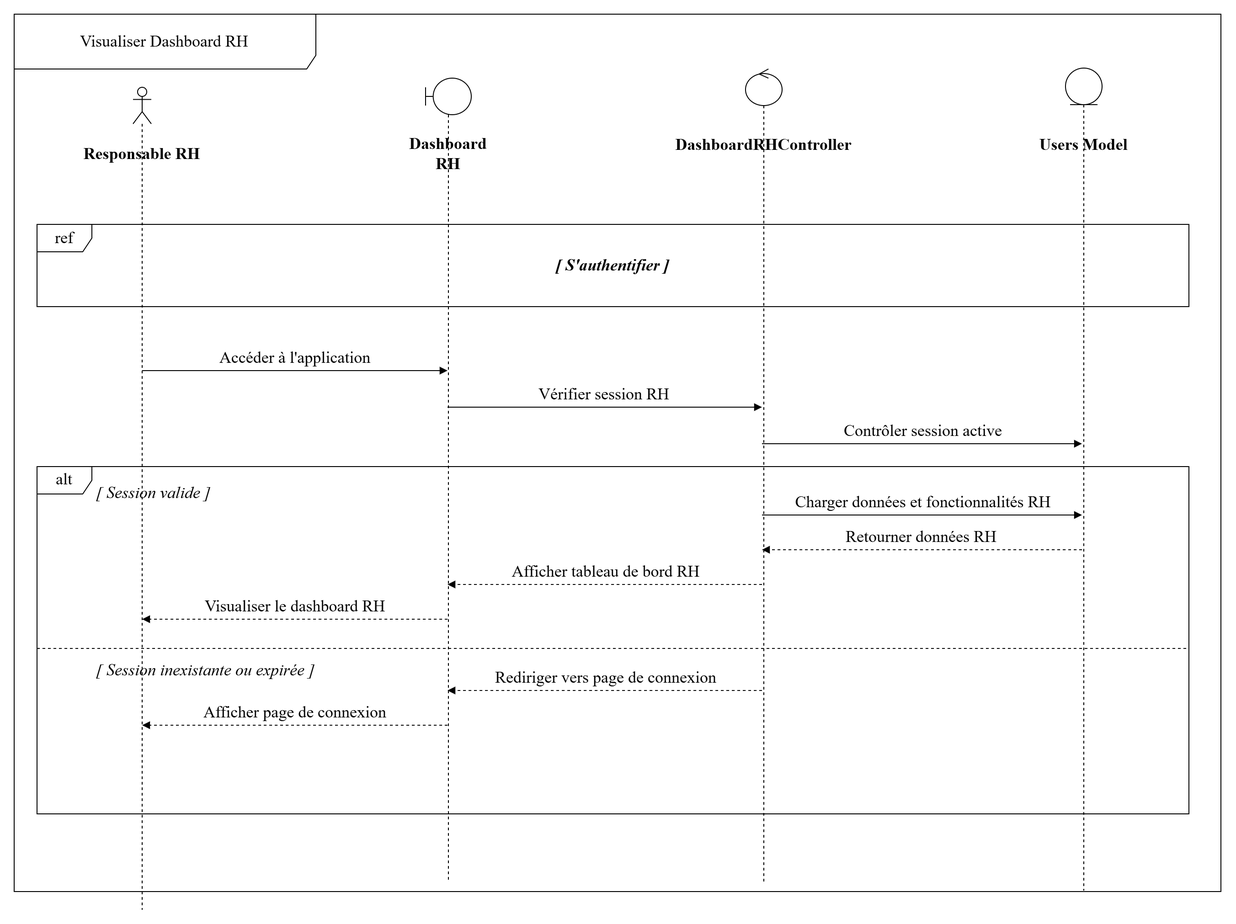
This is projet/images/sequence s4/bash rh.drawio.png from louu7895/pfe, a draw.io export, as it was before one commit. Source tidied: cells renumbered, new cells last; positions are measured from the earlier drawing's top-left corner, leaving out a move shared by most shapes.
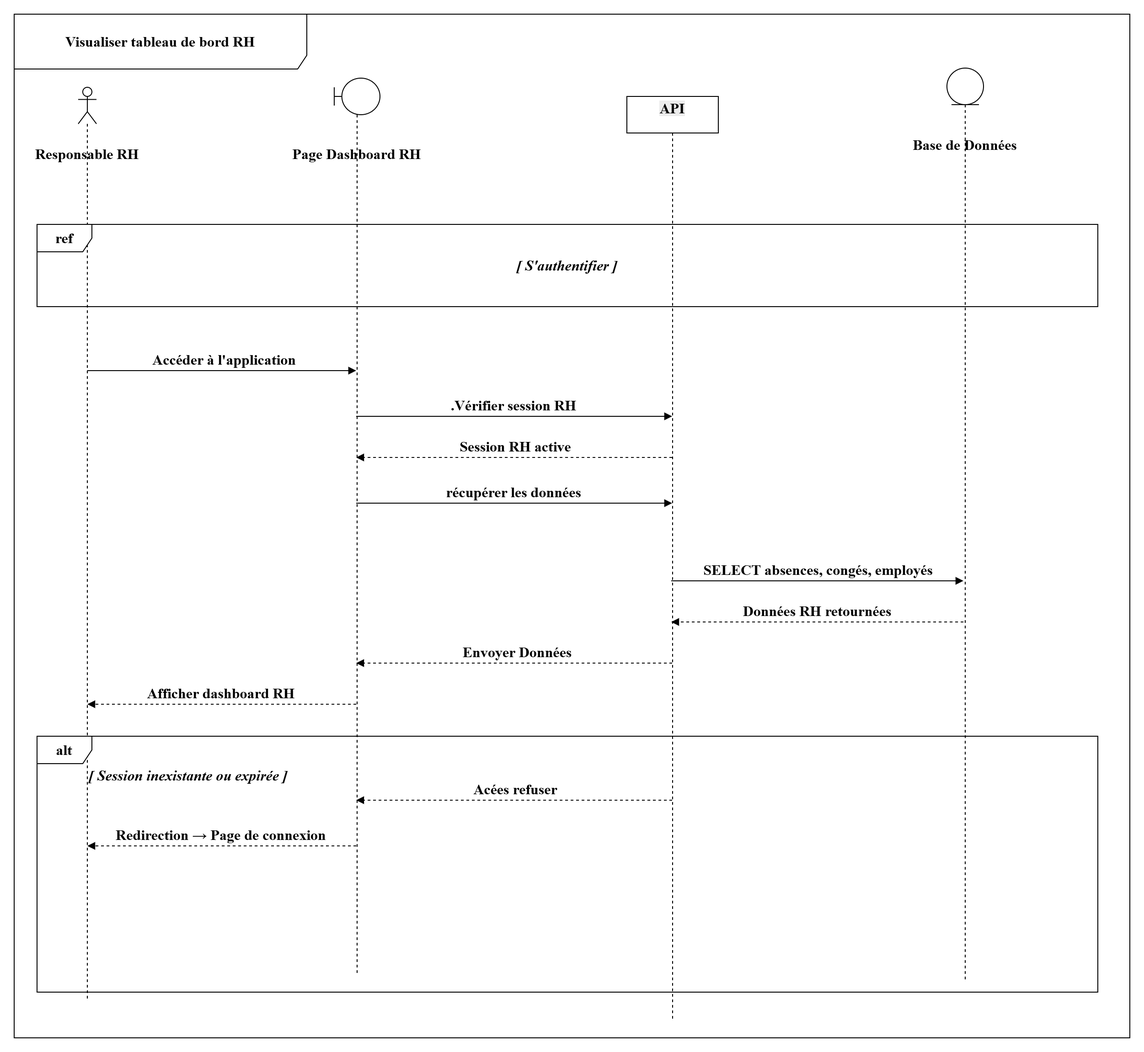
Above is the later version.

Diff of the diagram source:
```diff
@@ -2,104 +2,101 @@
   <root>
     <mxCell id="0" />
     <mxCell id="1" parent="0" />
-    <mxCell id="2" style="shape=umlLifeline;perimeter=lifelinePerimeter;whiteSpace=wrap;html=1;newEdgeStyle={&quot;curved&quot;:0,&quot;rounded&quot;:0};participant=umlActor;fontSize=18;fontFamily=Times New Roman;" parent="1" vertex="1">
-      <mxGeometry x="130" y="80" width="20" height="900" as="geometry" />
+    <mxCell id="2" style="shape=umlLifeline;perimeter=lifelinePerimeter;whiteSpace=wrap;html=1;participant=umlActor;fontSize=16;fontFamily=Times New Roman;fontStyle=1;" parent="1" vertex="1">
+      <mxGeometry x="50" y="80" width="20" height="1000" as="geometry" />
     </mxCell>
-    <mxCell id="3" style="shape=umlLifeline;perimeter=lifelinePerimeter;whiteSpace=wrap;html=1;newEdgeStyle={&quot;curved&quot;:0,&quot;rounded&quot;:0};participant=umlBoundary;fontSize=18;fontFamily=Times New Roman;" parent="1" vertex="1">
-      <mxGeometry x="450" y="70" width="50" height="880" as="geometry" />
+    <mxCell id="3" style="shape=umlLifeline;perimeter=lifelinePerimeter;whiteSpace=wrap;html=1;participant=umlBoundary;fontSize=16;fontFamily=Times New Roman;fontStyle=1;" parent="1" vertex="1">
+      <mxGeometry x="330" y="70" width="50" height="980" as="geometry" />
     </mxCell>
-    <mxCell id="4" style="shape=umlLifeline;perimeter=lifelinePerimeter;whiteSpace=wrap;html=1;newEdgeStyle={&quot;curved&quot;:0,&quot;rounded&quot;:0};participant=umlControl;fontSize=18;fontFamily=Times New Roman;" parent="1" vertex="1">
-      <mxGeometry x="800" y="60" width="40" height="890" as="geometry" />
-    </mxCell>
-    <mxCell id="5" style="shape=umlLifeline;perimeter=lifelinePerimeter;whiteSpace=wrap;html=1;newEdgeStyle={&quot;curved&quot;:0,&quot;rounded&quot;:0};participant=umlEntity;fontSize=18;fontFamily=Times New Roman;" parent="1" vertex="1">
-      <mxGeometry x="1150" y="59" width="40" height="900" as="geometry" />
-    </mxCell>
+    <mxCell id="26" style="shape=umlLifeline;perimeter=lifelinePerimeter;whiteSpace=wrap;html=1;participant=umlEntity;fontSize=16;fontFamily=Times New Roman;fontStyle=1;" parent="1" vertex="1">
+      <mxGeometry x="1000" y="59" width="40" height="1000" as="geometry" />
+    </mxCell>
-    <mxCell id="6" value="Responsable RH" style="text;html=1;whiteSpace=wrap;strokeColor=none;fillColor=none;align=center;verticalAlign=middle;rounded=0;fontSize=18;fontStyle=1;fontFamily=Times New Roman;" parent="1" vertex="1">
-      <mxGeometry x="60" y="140" width="160" height="25" as="geometry" />
+    <mxCell id="6" value="Responsable RH" style="text;html=1;whiteSpace=wrap;strokeColor=none;fillColor=none;align=center;verticalAlign=middle;rounded=0;fontSize=16;fontStyle=1;fontFamily=Times New Roman;" parent="1" vertex="1">
+      <mxGeometry x="-20" y="140" width="160" height="25" as="geometry" />
     </mxCell>
-    <mxCell id="7" value="Dashboard&lt;div&gt;RH&lt;/div&gt;" style="text;html=1;whiteSpace=wrap;strokeColor=none;fillColor=none;align=center;verticalAlign=middle;rounded=0;fontSize=18;fontStyle=1;fontFamily=Times New Roman;" parent="1" vertex="1">
-      <mxGeometry x="375" y="140" width="200" height="25" as="geometry" />
+    <mxCell id="7" value="Page Dashboard RH" style="text;html=1;whiteSpace=wrap;strokeColor=none;fillColor=none;align=center;verticalAlign=middle;rounded=0;fontSize=16;fontStyle=1;fontFamily=Times New Roman;" parent="1" vertex="1">
+      <mxGeometry x="235" y="140" width="240" height="25" as="geometry" />
     </mxCell>
-    <mxCell id="8" value="DashboardRHController" style="text;html=1;whiteSpace=wrap;strokeColor=none;fillColor=none;align=center;verticalAlign=middle;rounded=0;fontSize=18;fontStyle=1;fontFamily=Times New Roman;" parent="1" vertex="1">
-      <mxGeometry x="720" y="130" width="200" height="25" as="geometry" />
-    </mxCell>
-    <mxCell id="9" value="Users Model" style="text;html=1;whiteSpace=wrap;strokeColor=none;fillColor=none;align=center;verticalAlign=middle;rounded=0;fontSize=18;fontStyle=1;fontFamily=Times New Roman;" parent="1" vertex="1">
-      <mxGeometry x="1090" y="130" width="160" height="25" as="geometry" />
-    </mxCell>
+    <mxCell id="27" value="Base de Données" style="text;html=1;whiteSpace=wrap;strokeColor=none;fillColor=none;align=center;verticalAlign=middle;rounded=0;fontSize=16;fontStyle=1;fontFamily=Times New Roman;" parent="1" vertex="1">
+      <mxGeometry x="935" y="130" width="170" height="25" as="geometry" />
+    </mxCell>
-    <mxCell id="10" value="Visualiser Dashboard RH" style="shape=umlFrame;whiteSpace=wrap;html=1;width=330;height=60;fontSize=18;fontFamily=Times New Roman;" parent="1" vertex="1">
-      <mxGeometry width="1320" height="960" as="geometry" />
+    <mxCell id="10" value="Visualiser tableau de bord RH" style="shape=umlFrame;whiteSpace=wrap;html=1;width=320;height=60;fontSize=16;fontFamily=Times New Roman;fontStyle=1;" parent="1" vertex="1">
+      <mxGeometry x="-20" width="1220" height="1120" as="geometry" />
     </mxCell>
-    <mxCell id="11" value="ref" style="shape=umlFrame;whiteSpace=wrap;html=1;fontSize=18;fontFamily=Times New Roman;" parent="1" vertex="1">
-      <mxGeometry x="25" y="230" width="1260" height="90" as="geometry" />
+    <mxCell id="11" value="ref" style="shape=umlFrame;whiteSpace=wrap;html=1;fontSize=16;fontFamily=Times New Roman;fontStyle=1;" parent="1" vertex="1">
+      <mxGeometry x="5" y="230" width="1160" height="90" as="geometry" />
     </mxCell>
-    <mxCell id="12" value="[ S'authentifier ]" style="text;html=1;whiteSpace=wrap;strokeColor=none;fillColor=none;align=center;verticalAlign=middle;rounded=0;fontSize=18;fontStyle=3;fontFamily=Times New Roman;" parent="1" vertex="1">
-      <mxGeometry x="555" y="260" width="200" height="30" as="geometry" />
+    <mxCell id="12" value="[ S'authentifier ]" style="text;html=1;whiteSpace=wrap;strokeColor=none;fillColor=none;align=center;verticalAlign=middle;rounded=0;fontSize=16;fontStyle=3;fontFamily=Times New Roman;" parent="1" vertex="1">
+      <mxGeometry x="485" y="260" width="200" height="30" as="geometry" />
     </mxCell>
-    <mxCell id="13" value="Accéder à l'application" style="html=1;verticalAlign=bottom;endArrow=block;curved=0;rounded=0;fontSize=18;fontFamily=Times New Roman;" parent="1" edge="1">
+    <mxCell id="13" value="&amp;nbsp;Accéder à l'application" style="html=1;verticalAlign=bottom;endArrow=block;curved=0;rounded=0;fontSize=16;fontFamily=Times New Roman;fontStyle=1;" parent="1" edge="1">
       <mxGeometry relative="1" as="geometry">
-        <mxPoint x="140" y="390" as="sourcePoint" />
-        <mxPoint x="474" y="390" as="targetPoint" />
+        <mxPoint x="60" y="390" as="sourcePoint" />
+        <mxPoint x="354" y="390" as="targetPoint" />
       </mxGeometry>
     </mxCell>
-    <mxCell id="14" value="Vérifier session RH" style="html=1;verticalAlign=bottom;endArrow=block;curved=0;rounded=0;fontSize=18;fontFamily=Times New Roman;" parent="1" edge="1">
+    <mxCell id="14" value=".Vérifier session RH" style="html=1;verticalAlign=bottom;endArrow=block;curved=0;rounded=0;fontSize=16;fontFamily=Times New Roman;fontStyle=1;" parent="1" edge="1">
       <mxGeometry relative="1" as="geometry">
-        <mxPoint x="474" y="430" as="sourcePoint" />
-        <mxPoint x="818" y="430" as="targetPoint" />
+        <mxPoint x="354" y="440" as="sourcePoint" />
+        <mxPoint x="699.5" y="440" as="targetPoint" />
       </mxGeometry>
     </mxCell>
-    <mxCell id="15" value="Contrôler session active" style="html=1;verticalAlign=bottom;endArrow=block;curved=0;rounded=0;fontSize=18;fontFamily=Times New Roman;" parent="1" edge="1">
+    <mxCell id="15" value="Session RH active" style="html=1;verticalAlign=bottom;endArrow=block;curved=1;rounded=0;dashed=1;fontSize=16;fontFamily=Times New Roman;fontStyle=1;" parent="1" edge="1">
       <mxGeometry relative="1" as="geometry">
-        <mxPoint x="818" y="470" as="sourcePoint" />
-        <mxPoint x="1168" y="470" as="targetPoint" />
+        <mxPoint x="699.5" y="485" as="sourcePoint" />
+        <mxPoint x="354" y="485" as="targetPoint" />
       </mxGeometry>
     </mxCell>
-    <mxCell id="16" value="alt" style="shape=umlFrame;whiteSpace=wrap;html=1;fontSize=18;fontFamily=Times New Roman;" parent="1" vertex="1">
-      <mxGeometry x="25" y="495" width="1260" height="380" as="geometry" />
-    </mxCell>
-    <mxCell id="17" value="[ Session valide ]" style="text;html=1;whiteSpace=wrap;strokeColor=none;fillColor=none;align=left;verticalAlign=middle;rounded=0;fontSize=18;fontStyle=2;fontFamily=Times New Roman;" parent="1" vertex="1">
-      <mxGeometry x="88" y="511" width="200" height="25" as="geometry" />
-    </mxCell>
-    <mxCell id="18" value="Charger données et fonctionnalités RH" style="html=1;verticalAlign=bottom;endArrow=block;curved=0;rounded=0;fontSize=18;fontFamily=Times New Roman;" parent="1" edge="1">
+    <mxCell id="18" value="récupérer&amp;nbsp;les données" style="html=1;verticalAlign=bottom;endArrow=block;curved=0;rounded=0;fontSize=16;fontFamily=Times New Roman;fontStyle=1;" parent="1" edge="1">
       <mxGeometry relative="1" as="geometry">
-        <mxPoint x="818" y="548" as="sourcePoint" />
-        <mxPoint x="1168" y="548" as="targetPoint" />
+        <mxPoint x="354" y="535" as="sourcePoint" />
+        <mxPoint x="699.5" y="535" as="targetPoint" />
       </mxGeometry>
     </mxCell>
-    <mxCell id="19" value="Retourner données RH" style="html=1;verticalAlign=bottom;endArrow=block;curved=1;rounded=0;dashed=1;fontSize=18;fontFamily=Times New Roman;" parent="1" edge="1">
-      <mxGeometry relative="1" as="geometry">
-        <mxPoint x="1168" y="586" as="sourcePoint" />
-        <mxPoint x="818" y="586" as="targetPoint" />
-      </mxGeometry>
-    </mxCell>
-    <mxCell id="20" value="Afficher tableau de bord RH" style="html=1;verticalAlign=bottom;endArrow=block;curved=1;rounded=0;dashed=1;fontSize=18;fontFamily=Times New Roman;" parent="1" edge="1">
+    <mxCell id="20" value="SELECT absences, congés, employés" style="html=1;verticalAlign=bottom;endArrow=block;curved=0;rounded=0;fontSize=16;fontFamily=Times New Roman;fontStyle=1;" parent="1" edge="1">
       <mxGeometry relative="1" as="geometry">
-        <mxPoint x="818" y="624" as="sourcePoint" />
-        <mxPoint x="474" y="624" as="targetPoint" />
+        <mxPoint x="698.5" y="620" as="sourcePoint" />
+        <mxPoint x="1018" y="620" as="targetPoint" />
       </mxGeometry>
     </mxCell>
-    <mxCell id="21" value="Visualiser le dashboard RH" style="html=1;verticalAlign=bottom;endArrow=block;curved=1;rounded=0;dashed=1;fontSize=18;fontFamily=Times New Roman;" parent="1" edge="1">
+    <mxCell id="21" value="Données RH retournées" style="html=1;verticalAlign=bottom;endArrow=block;curved=1;rounded=0;dashed=1;fontSize=16;fontFamily=Times New Roman;fontStyle=1;" parent="1" edge="1">
       <mxGeometry relative="1" as="geometry">
-        <mxPoint x="474" y="662" as="sourcePoint" />
-        <mxPoint x="140" y="662" as="targetPoint" />
+        <mxPoint x="1018" y="665" as="sourcePoint" />
+        <mxPoint x="698.5" y="665" as="targetPoint" />
       </mxGeometry>
     </mxCell>
-    <mxCell id="22" style="line;strokeWidth=1;fillColor=none;align=left;verticalAlign=middle;spacingTop=-1;spacingLeft=3;spacingRight=3;labelPosition=right;strokeColor=inherit;dashed=1;fontSize=18;fontFamily=Times New Roman;" parent="1" vertex="1">
-      <mxGeometry x="25" y="690" width="1260" height="8" as="geometry" />
-    </mxCell>
-    <mxCell id="23" value="[ Session inexistante ou expirée ]" style="text;html=1;whiteSpace=wrap;strokeColor=none;fillColor=none;align=left;verticalAlign=middle;rounded=0;fontSize=18;fontStyle=2;fontFamily=Times New Roman;" parent="1" vertex="1">
-      <mxGeometry x="88" y="705" width="280" height="25" as="geometry" />
-    </mxCell>
-    <mxCell id="24" value="Rediriger vers page de connexion" style="html=1;verticalAlign=bottom;endArrow=block;curved=1;rounded=0;dashed=1;fontSize=18;fontFamily=Times New Roman;" parent="1" edge="1">
+    <mxCell id="24" value="&amp;nbsp;Envoyer Données" style="html=1;verticalAlign=bottom;endArrow=block;curved=1;rounded=0;dashed=1;fontSize=16;fontFamily=Times New Roman;fontStyle=1;" parent="1" edge="1">
       <mxGeometry relative="1" as="geometry">
-        <mxPoint x="818" y="740" as="sourcePoint" />
-        <mxPoint x="474" y="740" as="targetPoint" />
+        <mxPoint x="699.5" y="710" as="sourcePoint" />
+        <mxPoint x="354" y="710" as="targetPoint" />
       </mxGeometry>
     </mxCell>
-    <mxCell id="25" value="Afficher page de connexion" style="html=1;verticalAlign=bottom;endArrow=block;curved=1;rounded=0;dashed=1;fontSize=18;fontFamily=Times New Roman;" parent="1" edge="1">
+    <mxCell id="25" value="Afficher dashboard RH" style="html=1;verticalAlign=bottom;endArrow=block;curved=1;rounded=0;dashed=1;fontSize=16;fontFamily=Times New Roman;fontStyle=1;" parent="1" edge="1">
       <mxGeometry relative="1" as="geometry">
-        <mxPoint x="474" y="778" as="sourcePoint" />
-        <mxPoint x="140" y="778" as="targetPoint" />
+        <mxPoint x="354" y="755" as="sourcePoint" />
+        <mxPoint x="60" y="755" as="targetPoint" />
       </mxGeometry>
     </mxCell>
+    <mxCell id="16" value="alt" style="shape=umlFrame;whiteSpace=wrap;html=1;fontSize=16;fontFamily=Times New Roman;fontStyle=1;" parent="1" vertex="1">
+      <mxGeometry x="5" y="790" width="1160" height="280" as="geometry" />
+    </mxCell>
+    <mxCell id="23" value="[ Session inexistante ou expirée ]" style="text;html=1;whiteSpace=wrap;strokeColor=none;fillColor=none;align=left;verticalAlign=middle;rounded=0;fontSize=16;fontStyle=3;fontFamily=Times New Roman;" parent="1" vertex="1">
+      <mxGeometry x="60" y="820" width="300" height="25" as="geometry" />
+    </mxCell>
+    <mxCell id="28" value="Acées refuser" style="html=1;verticalAlign=bottom;endArrow=block;curved=1;rounded=0;dashed=1;fontSize=16;fontFamily=Times New Roman;fontStyle=1;" parent="1" edge="1">
+      <mxGeometry relative="1" as="geometry">
+        <mxPoint x="699.5" y="860" as="sourcePoint" />
+        <mxPoint x="354" y="860" as="targetPoint" />
+      </mxGeometry>
+    </mxCell>
+    <mxCell id="29" value="Redirection → Page de connexion" style="html=1;verticalAlign=bottom;endArrow=block;curved=1;rounded=0;dashed=1;fontSize=16;fontFamily=Times New Roman;fontStyle=1;" parent="1" edge="1">
+      <mxGeometry relative="1" as="geometry">
+        <mxPoint x="354" y="910" as="sourcePoint" />
+        <mxPoint x="60" y="910" as="targetPoint" />
+      </mxGeometry>
+    </mxCell>
+    <mxCell id="30" value="&#10;&lt;span style=&quot;color: rgb(0, 0, 0); font-family: &amp;quot;Times New Roman&amp;quot;; font-size: 16px; font-style: normal; font-variant-ligatures: normal; font-variant-caps: normal; font-weight: 700; letter-spacing: normal; orphans: 2; text-align: center; text-indent: 0px; text-transform: none; widows: 2; word-spacing: 0px; -webkit-text-stroke-width: 0px; white-space: normal; background-color: rgb(236, 236, 236); text-decoration-thickness: initial; text-decoration-style: initial; text-decoration-color: initial; display: inline !important; float: none;&quot;&gt;API&lt;/span&gt;&#10;&#10;" style="shape=umlLifeline;perimeter=lifelinePerimeter;whiteSpace=wrap;html=1;newEdgeStyle={&quot;curved&quot;:0,&quot;rounded&quot;:0};" parent="1" vertex="1">
+      <mxGeometry x="650" y="90" width="100" height="1010" as="geometry" />
+    </mxCell>
   </root>
 </mxGraphModel>
```
